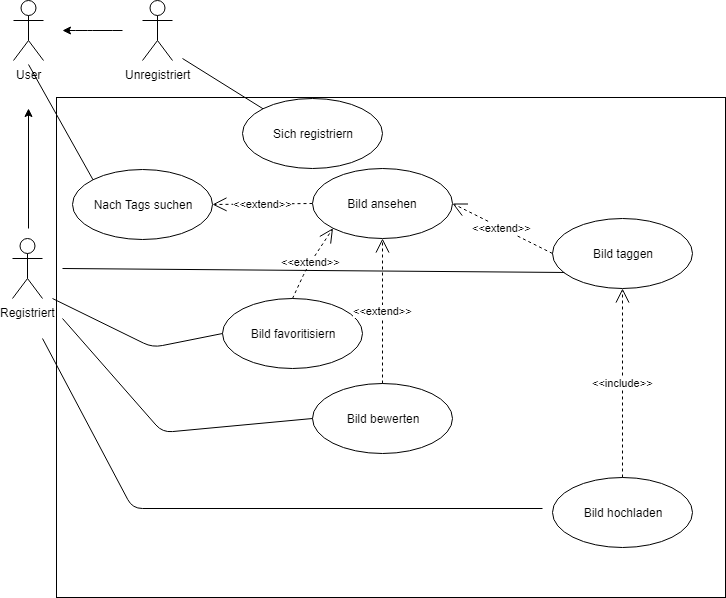
Above: Doc/UML/Use Case.png in kosquiz/imageboard (draw.io), before the change. Source tidied: cells renumbered, new cells last; positions are measured from the earlier drawing's top-left corner, leaving out a move shared by most shapes.
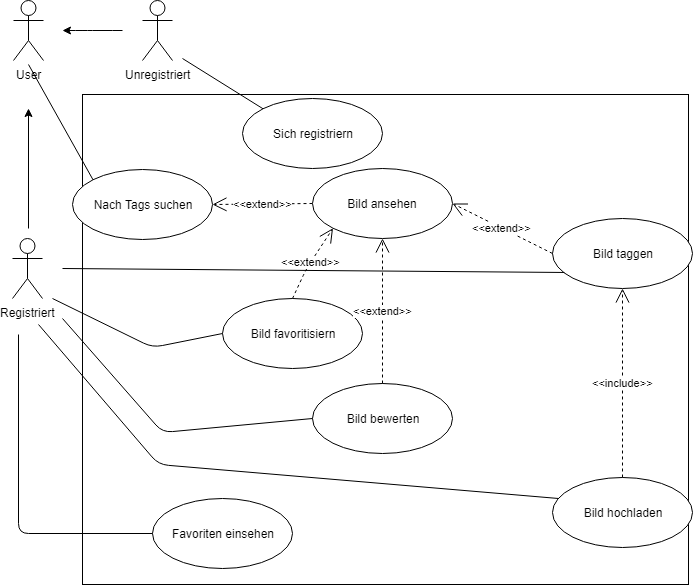
The same diagram one commit later.

Diff of the diagram source:
```diff
@@ -2,9 +2,9 @@
   <root>
     <mxCell id="0" />
     <mxCell id="1" parent="0" />
-    <mxCell id="2" style="rounded=0;whiteSpace=wrap;html=1;" parent="1" vertex="1">
-      <mxGeometry x="44" y="97" width="669" height="500" as="geometry" />
-    </mxCell>
+    <mxCell id="29" style="rounded=0;whiteSpace=wrap;html=1;" parent="1" vertex="1">
+      <mxGeometry x="84" y="108" width="606" height="490" as="geometry" />
+    </mxCell>
     <mxCell id="3" value="User" style="shape=umlActor;verticalLabelPosition=bottom;labelBackgroundColor=#ffffff;verticalAlign=top;html=1;" parent="1" vertex="1">
       <mxGeometry x="1" width="30" height="60" as="geometry" />
     </mxCell>
@@ -88,12 +88,11 @@
         <mxPoint x="50" y="268" as="sourcePoint" />
       </mxGeometry>
     </mxCell>
-    <mxCell id="22" style="endArrow=none;html=1;" parent="1" edge="1">
+    <mxCell id="22" style="endArrow=none;html=1;exitX=0.043;exitY=0.3;exitDx=0;exitDy=0;exitPerimeter=0;" parent="1" edge="1" source="17">
       <mxGeometry relative="1" as="geometry">
-        <mxPoint x="530" y="508" as="sourcePoint" />
-        <mxPoint x="30" y="338" as="targetPoint" />
+        <mxPoint x="40" y="338" as="targetPoint" />
         <Array as="points">
-          <mxPoint x="120" y="508" />
+          <mxPoint x="160" y="478" />
         </Array>
       </mxGeometry>
     </mxCell>
@@ -124,5 +123,16 @@
         <mxPoint x="30" y="78" as="targetPoint" />
       </mxGeometry>
     </mxCell>
+    <mxCell id="30" value="Favoriten einsehen&lt;br&gt;" style="ellipse;whiteSpace=wrap;html=1;" parent="1" vertex="1">
+      <mxGeometry x="154" y="512" width="140" height="70" as="geometry" />
+    </mxCell>
+    <mxCell id="31" style="endArrow=none;html=1;exitX=0;exitY=0.5;exitDx=0;exitDy=0;" parent="1" edge="1" source="30">
+      <mxGeometry relative="1" as="geometry">
+        <mxPoint x="20" y="348" as="targetPoint" />
+        <Array as="points">
+          <mxPoint x="20" y="547" />
+        </Array>
+      </mxGeometry>
+    </mxCell>
   </root>
 </mxGraphModel>
```
